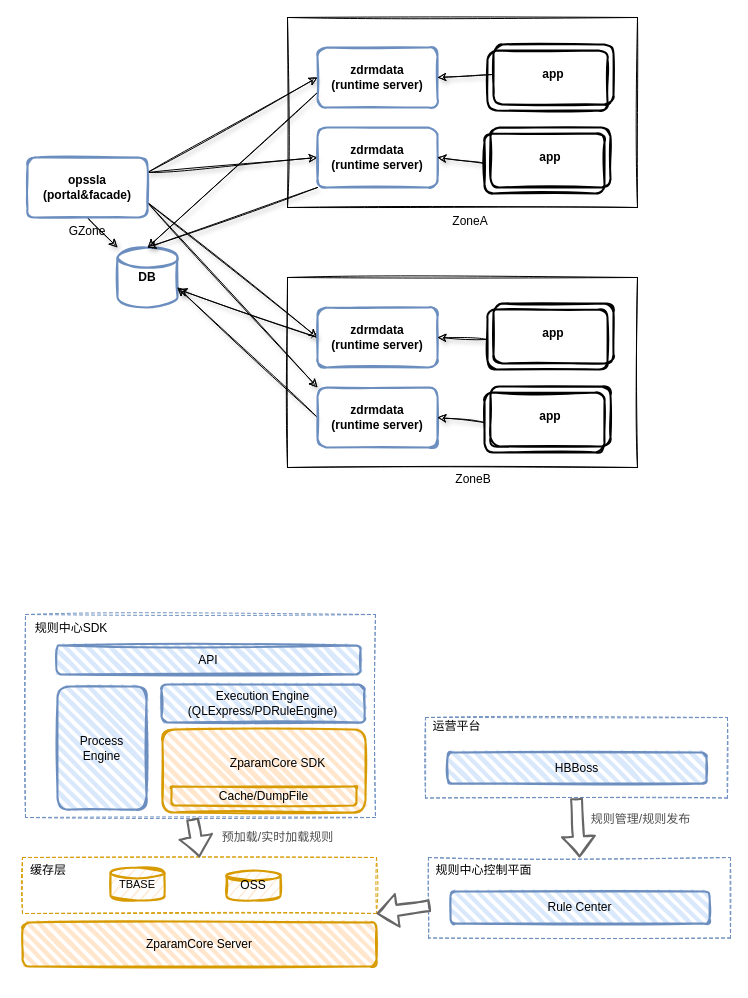
This is page "规则中心架构图" (13 of 13) of drm-arch.drawio from atellwu/atellwu.github.io, a draw.io file, before an edit. Source tidied: cells renumbered, new cells numbered last; positions are measured from the earlier drawing's top-left corner, leaving out a move shared by most shapes. Both pictures are drawn from the tidied source at 100%, with x=0, y=0 at pixel (17, 17).
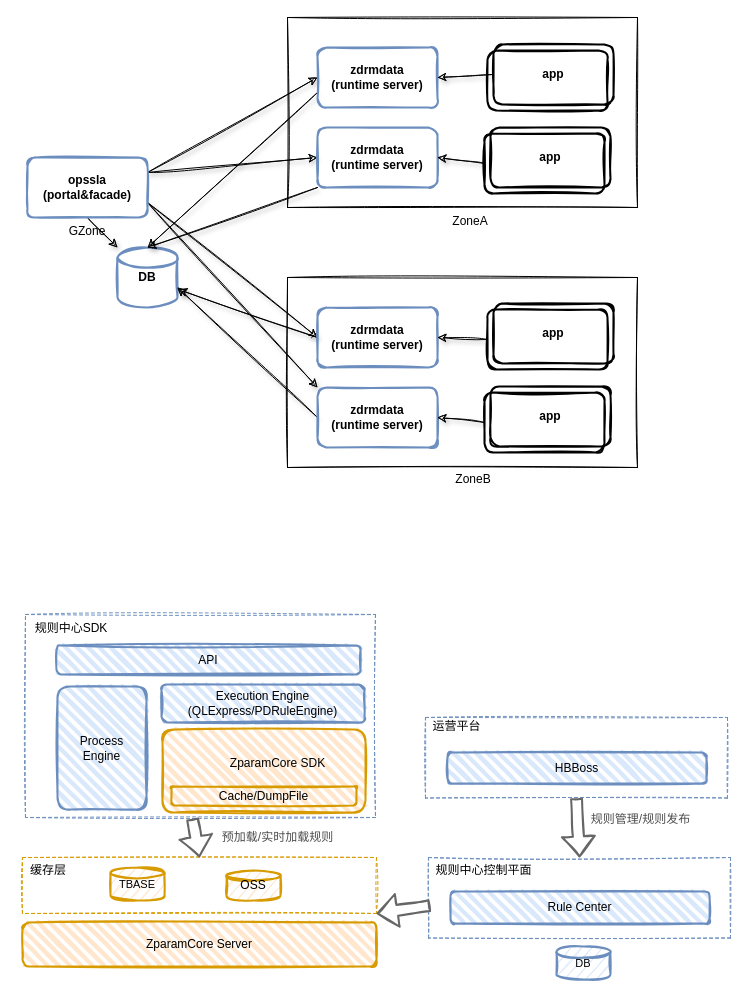
Above is the later version.

Change to the diagram source:
```diff
@@
+    <mxCell id="59" value="&lt;font style=&quot;font-size: 11px&quot;&gt;DB&lt;/font&gt;" style="strokeWidth=2;html=1;shape=mxgraph.flowchart.database;whiteSpace=wrap;sketch=1;shadow=0;strokeColor=#6c8ebf;fillColor=#dae8fc;fontStyle=0;" parent="1" vertex="1">
+      <mxGeometry x="539" y="929" width="54" height="33" as="geometry" />
+    </mxCell>
```
